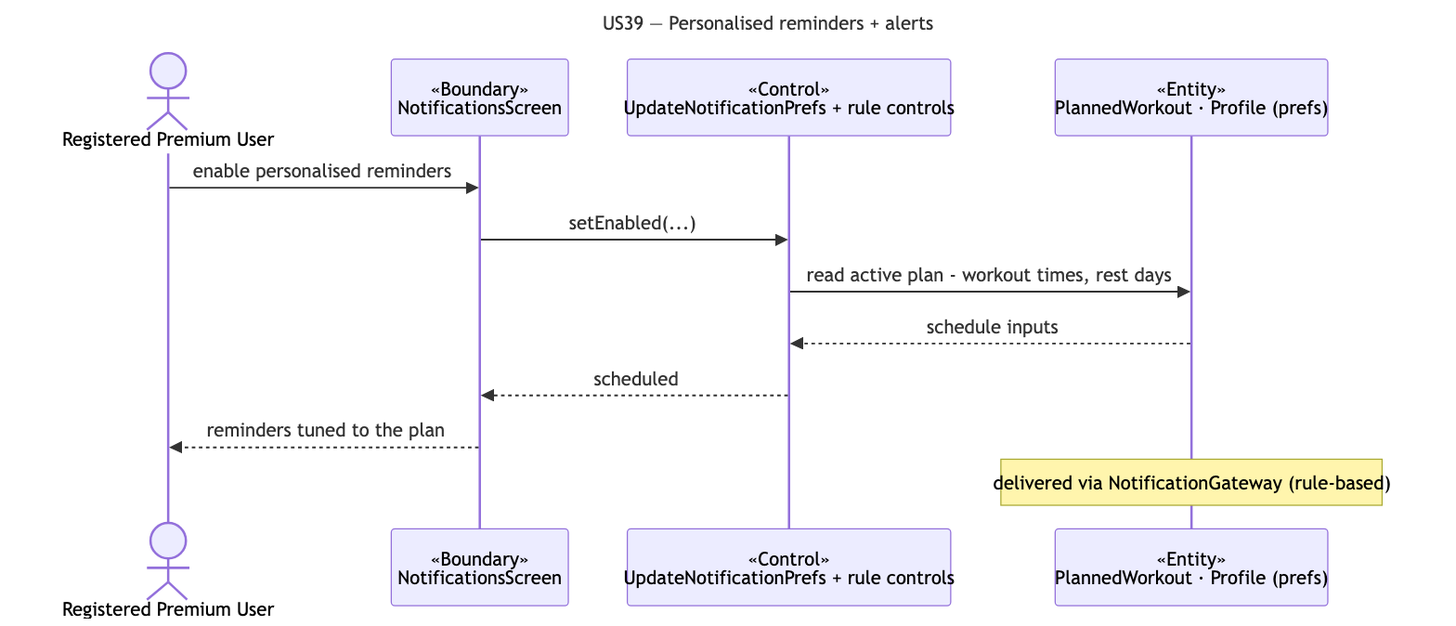
The Mermaid diagram docs/deliverables/sequence-diagrams/US39-personal-reminders.png in cyuanjun/FYP-26-S2-37-app, before a commit. Its source is kept beside it as docs/deliverables/sequence-diagrams/src/US39-personal-reminders.mmd.
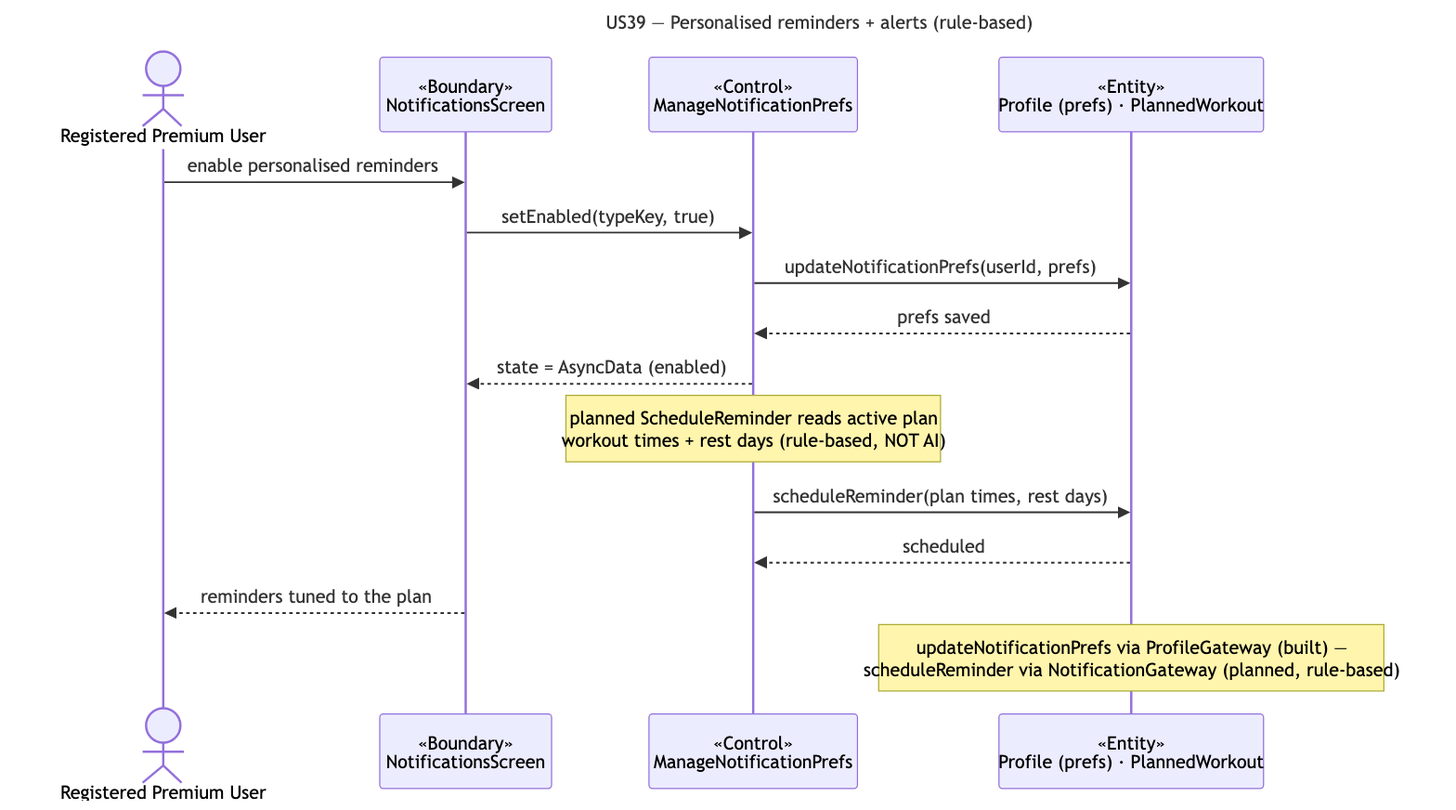
Later version of the same file.

Change to the diagram source:
```diff
@@ -1,15 +1,18 @@
 ---
-title: "US39 — Personalised reminders + alerts"
+title: "US39 — Personalised reminders + alerts (rule-based)"
 ---
 sequenceDiagram
   actor A as Registered Premium User
   participant B as «Boundary»<br/>NotificationsScreen
-  participant C as «Control»<br/>UpdateNotificationPrefs + rule controls
-  participant E as «Entity»<br/>PlannedWorkout · Profile (prefs)
+  participant C as «Control»<br/>ManageNotificationPrefs
+  participant E as «Entity»<br/>Profile (prefs) · PlannedWorkout
   A->>B: enable personalised reminders
-  B->>C: setEnabled(...)
-  C->>E: read active plan - workout times, rest days
-  E-->>C: schedule inputs
-  C-->>B: scheduled
+  B->>C: setEnabled(typeKey, true)
+  C->>E: updateNotificationPrefs(userId, prefs)
+  E-->>C: prefs saved
+  C-->>B: state = AsyncData (enabled)
+  note over C: planned ScheduleReminder reads active plan<br/>workout times + rest days (rule-based, NOT AI)
+  C->>E: scheduleReminder(plan times, rest days)
+  E-->>C: scheduled
   B-->>A: reminders tuned to the plan
-  note over E: delivered via NotificationGateway (rule-based)
+  note over E: updateNotificationPrefs via ProfileGateway (built) —<br/>scheduleReminder via NotificationGateway (planned, rule-based)
```
